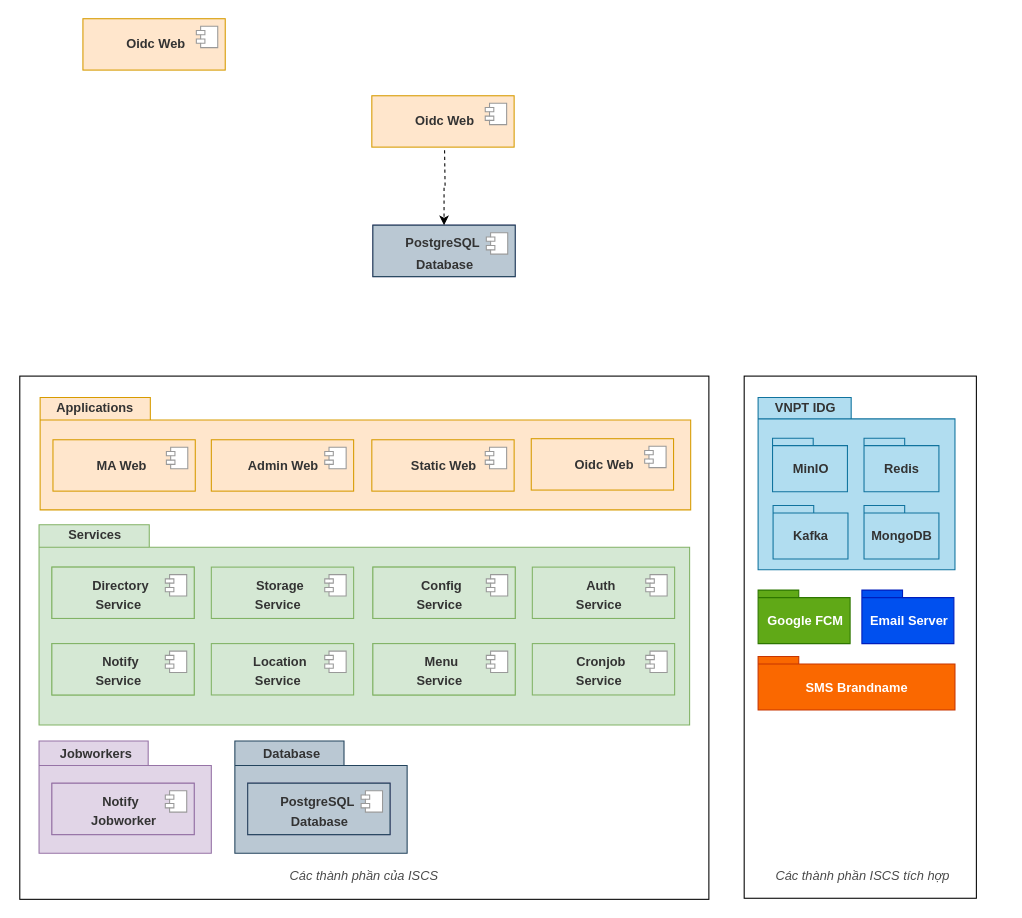
The draw.io diagram iscs.drawio in mitgaming/drawio, before the edit. Source tidied: cells renumbered, new cells numbered last; positions are measured from the earlier drawing's top-left corner, leaving out a move shared by most shapes. Both pictures are drawn from the tidied source at 107%, with x=0, y=0 at pixel (19, 18).
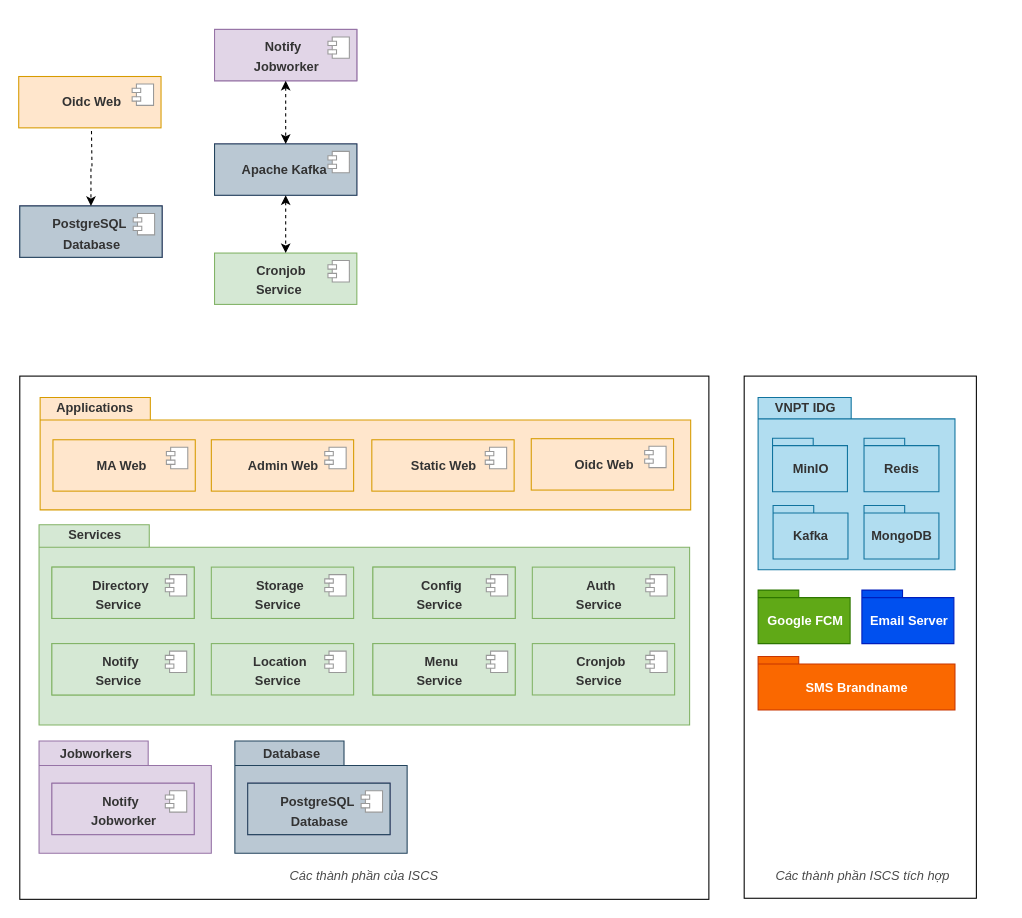
The same page after the edit.

The change refers to these unchanged cells:
```xml
<mxCell id="118" value="&lt;p style=&quot;line-height: 0.7&quot;&gt;&lt;/p&gt;&lt;h2 style=&quot;font-size: 13px&quot;&gt;&lt;br&gt;&lt;/h2&gt;&lt;p&gt;&lt;/p&gt;" style="html=1;strokeColor=#23445d;fillColor=#bac8d3;" parent="117" vertex="1">
  <mxGeometry width="133" height="48" as="geometry" />
</mxCell>
```

What changed in the source:
```diff
@@
     <mxCell id="112" style="group;" parent="1" vertex="1">
-      <mxGeometry x="329" y="72" width="133" height="57" as="geometry" />
+      <mxGeometry x="-1" y="54" width="133" height="57" as="geometry" />
     </mxCell>
@@
     <mxCell id="116" style="group;fillColor=#bac8d3;strokeColor=#23445d;" parent="1" vertex="1">
-      <mxGeometry x="330" y="193" width="133" height="48" as="geometry" />
+      <mxGeometry y="175" width="133" height="48" as="geometry" />
     </mxCell>
@@
     <mxCell id="122" style="edgeStyle=orthogonalEdgeStyle;rounded=0;jettySize=auto;html=1;entryX=0.5;entryY=0;entryDx=0;entryDy=0;fontSize=13;fontColor=#FFFFFF;dashed=1;" parent="1" edge="1" target="118">
       <mxGeometry relative="1" as="geometry">
-        <mxPoint x="397" y="123" as="sourcePoint" />
+        <mxPoint x="67" y="105" as="sourcePoint" />
       </mxGeometry>
     </mxCell>
-    <mxCell id="123" style="group;" parent="1" vertex="1">
-      <mxGeometry x="59" width="133" height="57" as="geometry" />
-    </mxCell>
-    <mxCell id="124" value="&lt;p style=&quot;line-height: 0.7&quot;&gt;&lt;/p&gt;&lt;h2 style=&quot;font-size: 13px&quot;&gt;&lt;br&gt;&lt;/h2&gt;&lt;p&gt;&lt;/p&gt;" style="html=1;strokeColor=#d79b00;fillColor=#ffe6cc;" parent="123" vertex="1">
-      <mxGeometry width="133" height="48" as="geometry" />
-    </mxCell>
-    <mxCell id="125" style="shape=module;jettyWidth=8;jettyHeight=4;strokeColor=#999999;" parent="124" vertex="1">
-      <mxGeometry x="1" width="20" height="20" relative="1" as="geometry">
-        <mxPoint x="-27" y="7" as="offset" />
-      </mxGeometry>
-    </mxCell>
-    <mxCell id="126" value="&lt;span style=&quot;color: rgb(51 , 51 , 51)&quot;&gt;&lt;b&gt;Oidc Web&lt;/b&gt;&lt;/span&gt;" style="text;html=1;align=center;verticalAlign=middle;strokeColor=none;fillColor=none;" parent="123" vertex="1">
-      <mxGeometry x="35" y="15" width="65" height="18" as="geometry" />
-    </mxCell>
+    <mxCell id="127" style="group;fillColor=#e1d5e7;strokeColor=#9673a6;" parent="1" vertex="1">
+      <mxGeometry x="182" y="117" width="133" height="48" as="geometry" />
+    </mxCell>
+    <mxCell id="128" value="&lt;p style=&quot;line-height: 0.7&quot;&gt;&lt;/p&gt;&lt;h2 style=&quot;font-size: 13px&quot;&gt;&lt;br&gt;&lt;/h2&gt;&lt;p&gt;&lt;/p&gt;" style="html=1;strokeColor=#23445d;fillColor=#bac8d3;" parent="127" vertex="1">
+      <mxGeometry width="133" height="48" as="geometry" />
+    </mxCell>
+    <mxCell id="129" style="shape=module;jettyWidth=8;jettyHeight=4;strokeColor=#999999;" parent="128" vertex="1">
+      <mxGeometry x="1" width="20" height="20" relative="1" as="geometry">
+        <mxPoint x="-27" y="7" as="offset" />
+      </mxGeometry>
+    </mxCell>
+    <mxCell id="130" value="&lt;font color=&quot;#333333&quot;&gt;&lt;b&gt;Apache Kafka&lt;/b&gt;&lt;/font&gt;" style="text;html=1;align=center;verticalAlign=middle;strokeColor=none;fillColor=none;" parent="127" vertex="1">
+      <mxGeometry x="20" y="16" width="89" height="18" as="geometry" />
+    </mxCell>
+    <mxCell id="131" style="group;fillColor=#e1d5e7;strokeColor=#9673a6;" parent="1" vertex="1">
+      <mxGeometry x="182" y="10" width="133" height="48" as="geometry" />
+    </mxCell>
+    <mxCell id="132" value="&lt;p style=&quot;line-height: 0.7&quot;&gt;&lt;/p&gt;&lt;h2 style=&quot;font-size: 13px&quot;&gt;&lt;br&gt;&lt;/h2&gt;&lt;p&gt;&lt;/p&gt;" style="html=1;strokeColor=#9673a6;fillColor=#e1d5e7;" parent="131" vertex="1">
+      <mxGeometry width="133" height="48" as="geometry" />
+    </mxCell>
+    <mxCell id="133" style="shape=module;jettyWidth=8;jettyHeight=4;strokeColor=#999999;" parent="132" vertex="1">
+      <mxGeometry x="1" width="20" height="20" relative="1" as="geometry">
+        <mxPoint x="-27" y="7" as="offset" />
+      </mxGeometry>
+    </mxCell>
+    <mxCell id="134" value="&lt;span style=&quot;color: rgb(51 , 51 , 51)&quot;&gt;&lt;b&gt;Notify&lt;/b&gt;&lt;/span&gt;" style="text;html=1;align=center;verticalAlign=middle;strokeColor=none;fillColor=none;" parent="131" vertex="1">
+      <mxGeometry x="42" y="8" width="44" height="18" as="geometry" />
+    </mxCell>
+    <mxCell id="135" value="&lt;b style=&quot;color: rgb(51 , 51 , 51)&quot;&gt;Jobworker&lt;/b&gt;" style="text;html=1;align=center;verticalAlign=middle;strokeColor=none;fillColor=none;" parent="131" vertex="1">
+      <mxGeometry x="31" y="26" width="71" height="18" as="geometry" />
+    </mxCell>
+    <mxCell id="136" style="group;" parent="1" vertex="1">
+      <mxGeometry x="180" y="219" width="133" height="48" as="geometry" />
+    </mxCell>
+    <mxCell id="137" value="&lt;p style=&quot;line-height: 0.7&quot;&gt;&lt;/p&gt;&lt;h2 style=&quot;font-size: 13px&quot;&gt;&lt;br&gt;&lt;/h2&gt;&lt;p&gt;&lt;/p&gt;" style="html=1;strokeColor=#82b366;fillColor=#d5e8d4;" parent="136" vertex="1">
+      <mxGeometry x="2" width="133" height="48" as="geometry" />
+    </mxCell>
+    <mxCell id="138" style="shape=module;jettyWidth=8;jettyHeight=4;strokeColor=#999999;" parent="137" vertex="1">
+      <mxGeometry x="1" width="20" height="20" relative="1" as="geometry">
+        <mxPoint x="-27" y="7" as="offset" />
+      </mxGeometry>
+    </mxCell>
+    <mxCell id="139" value="&lt;font color=&quot;#333333&quot;&gt;&lt;b&gt;Cronjob&lt;/b&gt;&lt;/font&gt;" style="text;html=1;align=center;verticalAlign=middle;strokeColor=none;fillColor=none;" parent="136" vertex="1">
+      <mxGeometry x="36" y="8" width="56" height="18" as="geometry" />
+    </mxCell>
+    <mxCell id="140" value="&lt;font color=&quot;#333333&quot;&gt;&lt;b&gt;Service&lt;/b&gt;&lt;/font&gt;" style="text;html=1;align=center;verticalAlign=middle;strokeColor=none;fillColor=none;" parent="136" vertex="1">
+      <mxGeometry x="35" y="26" width="53" height="18" as="geometry" />
+    </mxCell>
+    <mxCell id="141" style="rounded=0;jettySize=auto;html=1;entryX=0.5;entryY=0;entryDx=0;entryDy=0;dashed=1;fontSize=13;fontColor=#FFFFFF;exitX=0.5;exitY=1;exitDx=0;exitDy=0;startArrow=classic;startFill=1;" parent="1" edge="1" source="128" target="137">
+      <mxGeometry relative="1" as="geometry" />
+    </mxCell>
+    <mxCell id="142" style="edgeStyle=none;rounded=0;jettySize=auto;html=1;entryX=0.5;entryY=0;entryDx=0;entryDy=0;dashed=1;fontSize=13;fontColor=#FFFFFF;startArrow=classic;startFill=1;" parent="1" edge="1" source="132" target="128">
+      <mxGeometry relative="1" as="geometry" />
+    </mxCell>
```
